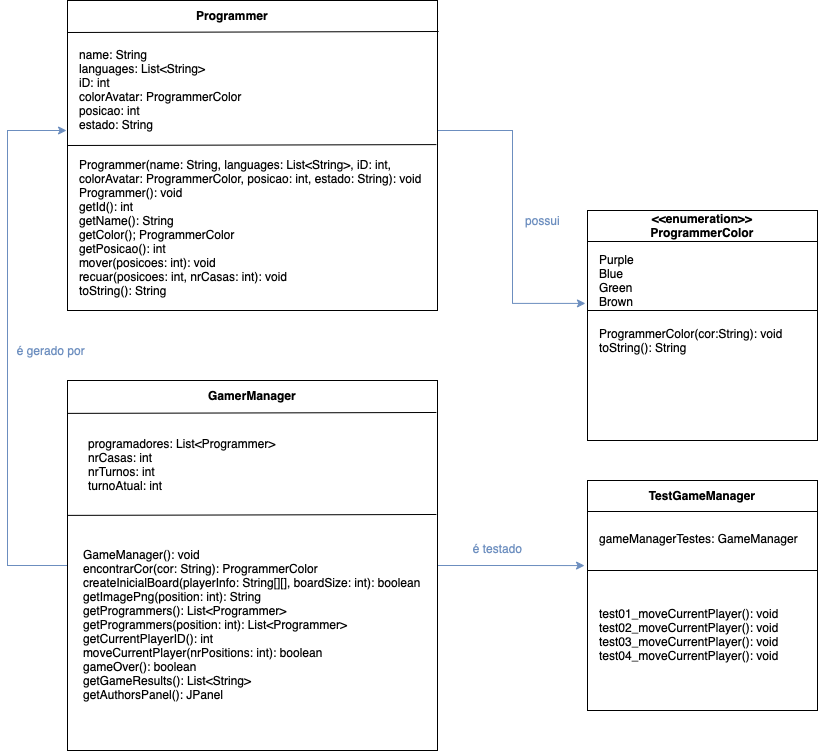
The draw.io diagram diagrama.png in tiagoagueda240/O-Grande-Jogo-do-DEISI, before a commit. Source tidied: cells renumbered, new cells last; positions are measured from the earlier drawing's top-left corner, leaving out a move shared by most shapes.
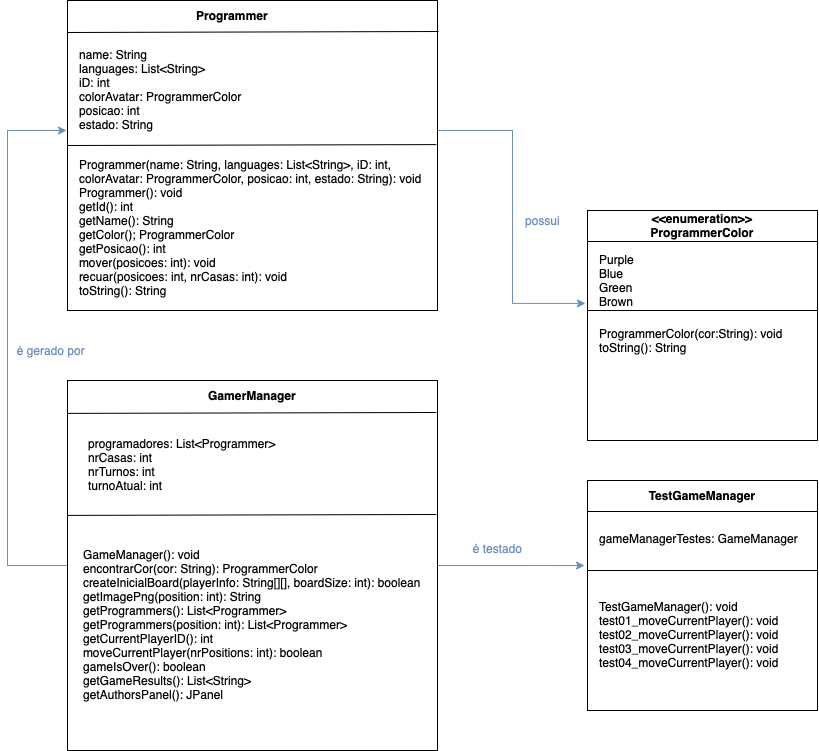
The same diagram one commit later.

Commit message:
Alteração no diagrama UML.

The edit, as a diff of the source:
```diff
@@ -61,7 +61,7 @@
     <mxCell id="15" value="programadores: List&amp;lt;Programmer&amp;gt;&lt;br&gt;nrCasas: int&lt;br&gt;nrTurnos: int&lt;br&gt;turnoAtual: int" style="text;html=1;strokeColor=none;fillColor=none;align=left;verticalAlign=middle;whiteSpace=wrap;rounded=0;" parent="1" vertex="1">
       <mxGeometry x="78.8" y="419" width="260" height="90" as="geometry" />
     </mxCell>
-    <mxCell id="16" value="GameManager(): void&lt;br&gt;encontrarCor(cor: String): ProgrammerColor&lt;br&gt;createInicialBoard(playerInfo: String[][], boardSize: int): boolean&lt;br&gt;getImagePng(position: int): String&lt;br&gt;getProgrammers(): List&amp;lt;Programmer&amp;gt;&lt;br&gt;getProgrammers(position: int): List&amp;lt;Programmer&amp;gt;&lt;br&gt;getCurrentPlayerID(): int&lt;br&gt;moveCurrentPlayer(nrPositions: int): boolean&lt;br&gt;gameOver(): boolean&lt;br&gt;getGameResults(): List&amp;lt;String&amp;gt;&lt;br&gt;getAuthorsPanel(): JPanel" style="text;html=1;strokeColor=none;fillColor=none;align=left;verticalAlign=middle;whiteSpace=wrap;rounded=0;" parent="1" vertex="1">
+    <mxCell id="16" value="GameManager(): void&lt;br&gt;encontrarCor(cor: String): ProgrammerColor&lt;br&gt;createInicialBoard(playerInfo: String[][], boardSize: int): boolean&lt;br&gt;getImagePng(position: int): String&lt;br&gt;getProgrammers(): List&amp;lt;Programmer&amp;gt;&lt;br&gt;getProgrammers(position: int): List&amp;lt;Programmer&amp;gt;&lt;br&gt;getCurrentPlayerID(): int&lt;br&gt;moveCurrentPlayer(nrPositions: int): boolean&lt;br&gt;gameIsOver(): boolean&lt;br&gt;getGameResults(): List&amp;lt;String&amp;gt;&lt;br&gt;getAuthorsPanel(): JPanel" style="text;html=1;strokeColor=none;fillColor=none;align=left;verticalAlign=middle;whiteSpace=wrap;rounded=0;" parent="1" vertex="1">
       <mxGeometry x="74.4" y="564" width="341.2" height="120" as="geometry" />
     </mxCell>
     <mxCell id="17" value="Purple&lt;br&gt;Blue&lt;br&gt;Green&lt;br&gt;Brown" style="text;html=1;strokeColor=none;fillColor=none;align=left;verticalAlign=middle;whiteSpace=wrap;rounded=0;" parent="1" vertex="1">
@@ -103,7 +103,7 @@
     <mxCell id="25" value="gameManagerTestes: GameManager" style="text;html=1;strokeColor=none;fillColor=none;align=left;verticalAlign=middle;whiteSpace=wrap;rounded=0;" parent="1" vertex="1">
       <mxGeometry x="590" y="518" width="210" height="40" as="geometry" />
     </mxCell>
-    <mxCell id="26" value="test01_moveCurrentPlayer(): void&lt;br&gt;test02_moveCurrentPlayer(): void&lt;br&gt;test03_moveCurrentPlayer(): void&lt;br&gt;test04_moveCurrentPlayer(): void" style="text;html=1;strokeColor=none;fillColor=none;align=left;verticalAlign=middle;whiteSpace=wrap;rounded=0;" parent="1" vertex="1">
+    <mxCell id="26" value="TestGameManager(): void&lt;br&gt;test01_moveCurrentPlayer(): void&lt;br&gt;test02_moveCurrentPlayer(): void&lt;br&gt;test03_moveCurrentPlayer(): void&lt;br&gt;test04_moveCurrentPlayer(): void" style="text;html=1;strokeColor=none;fillColor=none;align=left;verticalAlign=middle;whiteSpace=wrap;rounded=0;" parent="1" vertex="1">
       <mxGeometry x="590" y="584" width="210" height="100" as="geometry" />
     </mxCell>
     <mxCell id="27" style="endArrow=none;html=1;rounded=0;" parent="1" edge="1">
```
